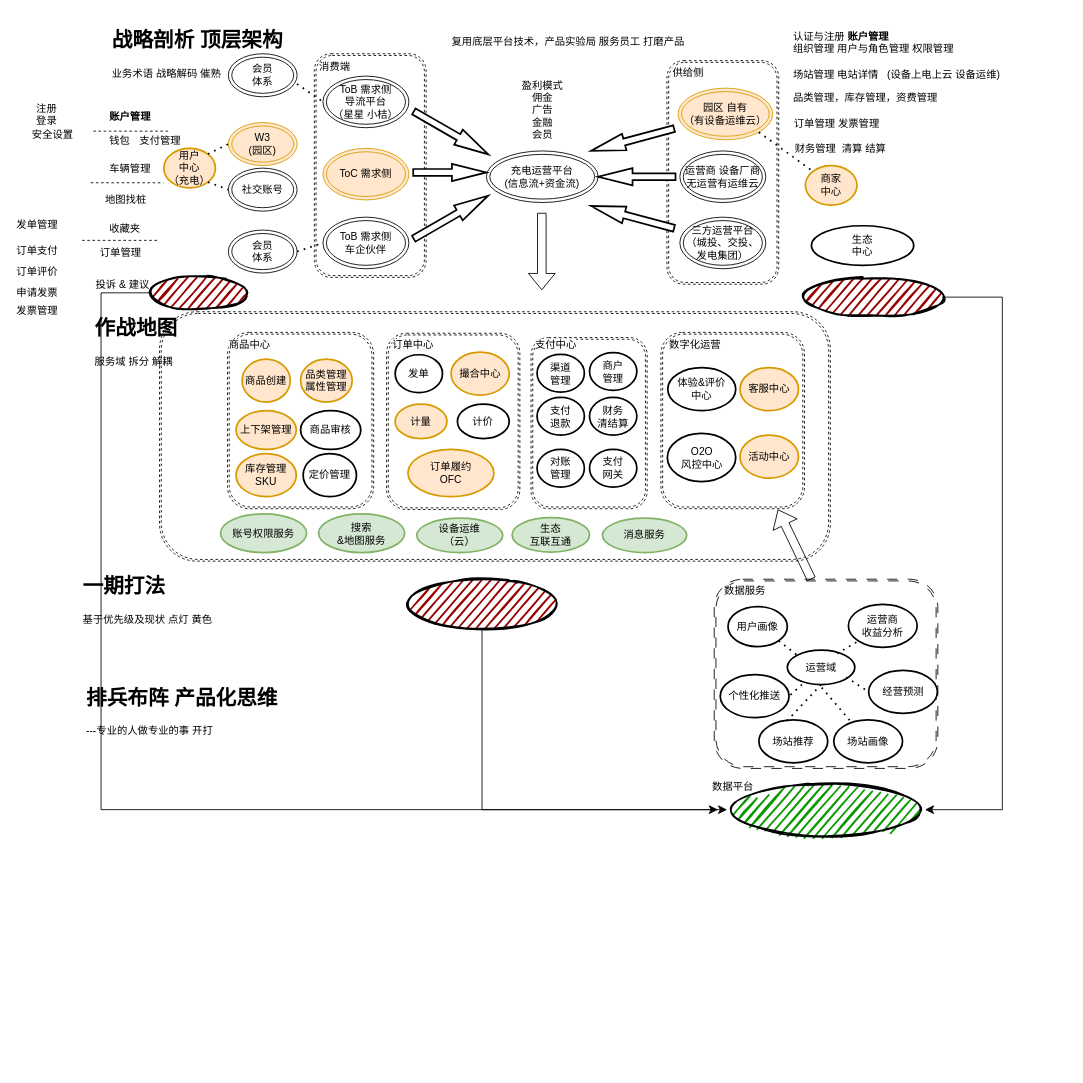
The draw.io diagram page "第 2 页" (1 of 2) of OO.drawio in numenshane/draw.io, before the edit. Source tidied: cells renumbered, new cells numbered last; positions are measured from the earlier drawing's top-left corner, leaving out a move shared by most shapes. Both pictures are drawn from the tidied source at 86%, with x=0, y=0 at pixel (15, 17).
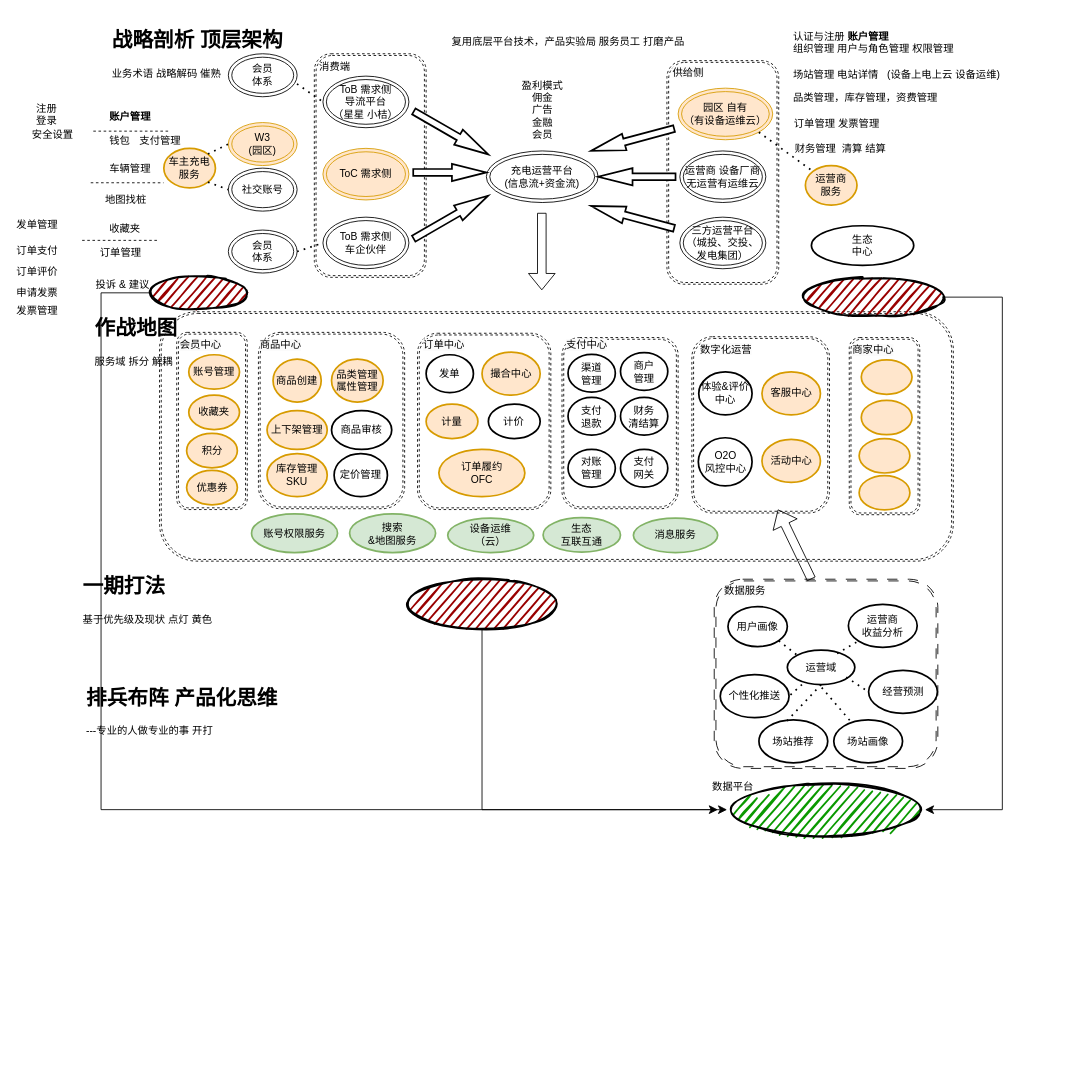
Above is the later version.

What changed in the source:
```diff
@@
     <mxCell id="2" style="shape=ext;double=1;rounded=1;whiteSpace=wrap;html=1;dashed=1;" parent="1" vertex="1">
-      <mxGeometry x="168" y="342" width="780" height="290" as="geometry" />
+      <mxGeometry x="168" y="342" width="923" height="290" as="geometry" />
     </mxCell>
     <mxCell id="3" style="shape=ext;double=1;rounded=1;whiteSpace=wrap;html=1;dashed=1;" parent="1" vertex="1">
-      <mxGeometry x="751" y="366" width="167" height="205" as="geometry" />
+      <mxGeometry x="787" y="371" width="160" height="205" as="geometry" />
     </mxCell>
     <mxCell id="4" style="shape=ext;double=1;rounded=1;whiteSpace=wrap;html=1;dashed=1;" parent="1" vertex="1">
-      <mxGeometry x="247" y="366" width="170" height="205" as="geometry" />
+      <mxGeometry x="283" y="366" width="170" height="205" as="geometry" />
     </mxCell>
@@
     <mxCell id="7" style="shape=ext;double=1;rounded=1;whiteSpace=wrap;html=1;dashed=1;" parent="1" vertex="1">
-      <mxGeometry x="432" y="367" width="155" height="205" as="geometry" />
+      <mxGeometry x="468" y="367" width="155" height="205" as="geometry" />
     </mxCell>
@@
     <mxCell id="25" value="撮合中心" style="strokeWidth=2;html=1;shape=mxgraph.flowchart.start_1;whiteSpace=wrap;fillColor=#ffe6cc;strokeColor=#d79b00;" parent="1" vertex="1">
-      <mxGeometry x="507" y="389" width="67.6" height="50" as="geometry" />
+      <mxGeometry x="543" y="389" width="67.6" height="50" as="geometry" />
     </mxCell>
     <mxCell id="26" value="上下架管理" style="strokeWidth=2;html=1;shape=mxgraph.flowchart.start_1;whiteSpace=wrap;fillColor=#ffe6cc;strokeColor=#d79b00;" parent="1" vertex="1">
-      <mxGeometry x="257" y="457" width="70" height="45" as="geometry" />
+      <mxGeometry x="293" y="457" width="70" height="45" as="geometry" />
     </mxCell>
     <mxCell id="27" value="计量" style="strokeWidth=2;html=1;shape=mxgraph.flowchart.start_1;whiteSpace=wrap;fillColor=#ffe6cc;strokeColor=#d79b00;" parent="1" vertex="1">
-      <mxGeometry x="442" y="449.5" width="60.2" height="40" as="geometry" />
+      <mxGeometry x="478" y="449.5" width="60.2" height="40" as="geometry" />
     </mxCell>
     <mxCell id="28" value="客服中心" style="strokeWidth=2;html=1;shape=mxgraph.flowchart.start_1;whiteSpace=wrap;fillColor=#ffe6cc;strokeColor=#d79b00;" parent="1" vertex="1">
-      <mxGeometry x="843" y="407" width="68" height="50" as="geometry" />
+      <mxGeometry x="868.5" y="412" width="68" height="50" as="geometry" />
     </mxCell>
     <mxCell id="29" value="O2O&lt;br&gt;风控中心" style="strokeWidth=2;html=1;shape=mxgraph.flowchart.start_1;whiteSpace=wrap;" parent="1" vertex="1">
-      <mxGeometry x="758.5" y="483.5" width="79.5" height="56" as="geometry" />
+      <mxGeometry x="794.5" y="488.5" width="62.5" height="56" as="geometry" />
     </mxCell>
@@
     <mxCell id="44" value="&lt;span style=&quot;color: rgb(0, 0, 0); font-family: Helvetica; font-size: 12px; font-style: normal; font-variant-ligatures: normal; font-variant-caps: normal; font-weight: 400; letter-spacing: normal; orphans: 2; text-align: center; text-indent: 0px; text-transform: none; widows: 2; word-spacing: 0px; -webkit-text-stroke-width: 0px; background-color: rgb(251, 251, 251); text-decoration-thickness: initial; text-decoration-style: initial; text-decoration-color: initial; float: none; display: inline !important;&quot;&gt;订单中心&lt;/span&gt;" style="text;whiteSpace=wrap;html=1;" parent="1" vertex="1">
-      <mxGeometry x="437" y="367" width="80" height="40" as="geometry" />
+      <mxGeometry x="473" y="367" width="80" height="40" as="geometry" />
     </mxCell>
@@
     <mxCell id="49" value="订单履约&lt;br&gt;OFC" style="strokeWidth=2;html=1;shape=mxgraph.flowchart.start_1;whiteSpace=wrap;fillColor=#ffe6cc;strokeColor=#d79b00;" parent="1" vertex="1">
-      <mxGeometry x="456.8" y="502" width="100" height="55" as="geometry" />
+      <mxGeometry x="492.8" y="502" width="100" height="55" as="geometry" />
     </mxCell>
@@
     <mxCell id="56" value="搜索&lt;br&gt;&amp;amp;地图服务" style="strokeWidth=2;html=1;shape=mxgraph.flowchart.start_1;whiteSpace=wrap;fillColor=#d5e8d4;strokeColor=#82b366;" parent="1" vertex="1">
-      <mxGeometry x="353" y="577" width="100" height="45" as="geometry" />
+      <mxGeometry x="389" y="577" width="100" height="45" as="geometry" />
     </mxCell>
     <mxCell id="57" value="设备运维&lt;br&gt;（云）" style="strokeWidth=2;html=1;shape=mxgraph.flowchart.start_1;whiteSpace=wrap;fillColor=#d5e8d4;strokeColor=#82b366;" parent="1" vertex="1">
-      <mxGeometry x="467.1" y="582" width="100" height="40" as="geometry" />
+      <mxGeometry x="503.1" y="582" width="100" height="40" as="geometry" />
     </mxCell>
     <mxCell id="58" value="体验&amp;amp;评价&lt;br&gt;中心" style="strokeWidth=2;html=1;shape=mxgraph.flowchart.start_1;whiteSpace=wrap;" parent="1" vertex="1">
-      <mxGeometry x="759" y="407" width="79" height="50" as="geometry" />
+      <mxGeometry x="795" y="412" width="62" height="50" as="geometry" />
     </mxCell>
@@
     <mxCell id="60" value="计价" style="strokeWidth=2;html=1;shape=mxgraph.flowchart.start_1;whiteSpace=wrap;" parent="1" vertex="1">
-      <mxGeometry x="514.4" y="449.5" width="60.2" height="40" as="geometry" />
+      <mxGeometry x="550.4" y="449.5" width="60.2" height="40" as="geometry" />
     </mxCell>
     <mxCell id="61" value="发单" style="strokeWidth=2;html=1;shape=mxgraph.flowchart.start_1;whiteSpace=wrap;" parent="1" vertex="1">
-      <mxGeometry x="442" y="392" width="55" height="44" as="geometry" />
+      <mxGeometry x="478" y="392" width="55" height="44" as="geometry" />
     </mxCell>
     <mxCell id="62" value="&lt;span style=&quot;color: rgb(0, 0, 0); font-family: Helvetica; font-size: 12px; font-style: normal; font-variant-ligatures: normal; font-variant-caps: normal; font-weight: 400; letter-spacing: normal; orphans: 2; text-align: center; text-indent: 0px; text-transform: none; widows: 2; word-spacing: 0px; -webkit-text-stroke-width: 0px; background-color: rgb(251, 251, 251); text-decoration-thickness: initial; text-decoration-style: initial; text-decoration-color: initial; float: none; display: inline !important;&quot;&gt;商品中心&lt;/span&gt;" style="text;whiteSpace=wrap;html=1;" parent="1" vertex="1">
-      <mxGeometry x="247" y="367" width="80" height="40" as="geometry" />
+      <mxGeometry x="283" y="367" width="80" height="40" as="geometry" />
     </mxCell>
     <mxCell id="63" value="品类管理&lt;br&gt;属性管理" style="strokeWidth=2;html=1;shape=mxgraph.flowchart.start_1;whiteSpace=wrap;fillColor=#ffe6cc;strokeColor=#d79b00;" parent="1" vertex="1">
-      <mxGeometry x="332" y="397" width="60" height="50" as="geometry" />
+      <mxGeometry x="368" y="397" width="60" height="50" as="geometry" />
     </mxCell>
     <mxCell id="64" value="库存管理&lt;br&gt;SKU" style="strokeWidth=2;html=1;shape=mxgraph.flowchart.start_1;whiteSpace=wrap;fillColor=#ffe6cc;strokeColor=#d79b00;" parent="1" vertex="1">
-      <mxGeometry x="257" y="507" width="70" height="50" as="geometry" />
+      <mxGeometry x="293" y="507" width="70" height="50" as="geometry" />
     </mxCell>
     <mxCell id="65" value="定价管理" style="strokeWidth=2;html=1;shape=mxgraph.flowchart.start_1;whiteSpace=wrap;" parent="1" vertex="1">
-      <mxGeometry x="335" y="507" width="62" height="50" as="geometry" />
+      <mxGeometry x="371" y="507" width="62" height="50" as="geometry" />
     </mxCell>
     <mxCell id="66" value="商品审核" style="strokeWidth=2;html=1;shape=mxgraph.flowchart.start_1;whiteSpace=wrap;" parent="1" vertex="1">
-      <mxGeometry x="332" y="457" width="70" height="45" as="geometry" />
+      <mxGeometry x="368" y="457" width="70" height="45" as="geometry" />
     </mxCell>
     <mxCell id="67" value="商品创建" style="strokeWidth=2;html=1;shape=mxgraph.flowchart.start_1;whiteSpace=wrap;fillColor=#ffe6cc;strokeColor=#d79b00;" parent="1" vertex="1">
-      <mxGeometry x="264" y="397" width="56" height="50" as="geometry" />
+      <mxGeometry x="300" y="397" width="56" height="50" as="geometry" />
     </mxCell>
-    <mxCell id="68" value="用户&lt;br&gt;中心&lt;br&gt;（充电）" style="strokeWidth=2;html=1;shape=mxgraph.flowchart.start_1;whiteSpace=wrap;fillColor=#ffe6cc;strokeColor=#d79b00;" parent="1" vertex="1">
+    <mxCell id="68" value="车主充电服务" style="strokeWidth=2;html=1;shape=mxgraph.flowchart.start_1;whiteSpace=wrap;fillColor=#ffe6cc;strokeColor=#d79b00;" parent="1" vertex="1">
       <mxGeometry x="173" y="152" width="60" height="46" as="geometry" />
     </mxCell>
-    <mxCell id="69" value="商家&lt;br&gt;中心" style="strokeWidth=2;html=1;shape=mxgraph.flowchart.start_1;whiteSpace=wrap;fillColor=#ffe6cc;strokeColor=#d79b00;" parent="1" vertex="1">
+    <mxCell id="69" value="运营商&lt;br&gt;服务" style="strokeWidth=2;html=1;shape=mxgraph.flowchart.start_1;whiteSpace=wrap;fillColor=#ffe6cc;strokeColor=#d79b00;" parent="1" vertex="1">
       <mxGeometry x="919" y="172" width="60" height="46" as="geometry" />
     </mxCell>
     <mxCell id="70" value="账号权限服务" style="strokeWidth=2;html=1;shape=mxgraph.flowchart.start_1;whiteSpace=wrap;fillColor=#d5e8d4;strokeColor=#82b366;" parent="1" vertex="1">
-      <mxGeometry x="239" y="577" width="100" height="45" as="geometry" />
+      <mxGeometry x="275" y="577" width="100" height="45" as="geometry" />
     </mxCell>
@@
     <mxCell id="78" value="生态&lt;br&gt;互联互通" style="strokeWidth=2;html=1;shape=mxgraph.flowchart.start_1;whiteSpace=wrap;fillColor=#d5e8d4;strokeColor=#82b366;" parent="1" vertex="1">
-      <mxGeometry x="578" y="581.5" width="90" height="40" as="geometry" />
+      <mxGeometry x="614" y="581.5" width="90" height="40" as="geometry" />
     </mxCell>
@@
     <mxCell id="100" value="&lt;span style=&quot;color: rgb(0, 0, 0); font-family: Helvetica; font-style: normal; font-variant-ligatures: normal; font-variant-caps: normal; font-weight: 400; letter-spacing: normal; orphans: 2; text-align: center; text-indent: 0px; text-transform: none; widows: 2; word-spacing: 0px; -webkit-text-stroke-width: 0px; background-color: rgb(251, 251, 251); text-decoration-thickness: initial; text-decoration-style: initial; text-decoration-color: initial; float: none; display: inline !important;&quot;&gt;&lt;font style=&quot;font-size: 12px;&quot;&gt;数字化运营&lt;/font&gt;&lt;/span&gt;" style="text;whiteSpace=wrap;html=1;" parent="1" vertex="1">
-      <mxGeometry x="759" y="367" width="80" height="40" as="geometry" />
+      <mxGeometry x="795" y="372" width="80" height="40" as="geometry" />
     </mxCell>
     <mxCell id="101" value="活动中心" style="strokeWidth=2;html=1;shape=mxgraph.flowchart.start_1;whiteSpace=wrap;fillColor=#ffe6cc;strokeColor=#d79b00;" parent="1" vertex="1">
-      <mxGeometry x="843" y="485.5" width="68" height="50" as="geometry" />
+      <mxGeometry x="868.5" y="490.5" width="68" height="50" as="geometry" />
     </mxCell>
@@
     <mxCell id="103" style="shape=ext;double=1;rounded=1;whiteSpace=wrap;html=1;dashed=1;" parent="1" vertex="1">
-      <mxGeometry x="600" y="372" width="135" height="199" as="geometry" />
+      <mxGeometry x="636" y="372" width="135" height="199" as="geometry" />
     </mxCell>
     <mxCell id="104" value="&lt;span style=&quot;color: rgb(0, 0, 0); font-family: Helvetica; font-size: 12px; font-style: normal; font-variant-ligatures: normal; font-variant-caps: normal; font-weight: 400; letter-spacing: normal; orphans: 2; text-align: center; text-indent: 0px; text-transform: none; widows: 2; word-spacing: 0px; -webkit-text-stroke-width: 0px; background-color: rgb(251, 251, 251); text-decoration-thickness: initial; text-decoration-style: initial; text-decoration-color: initial; float: none; display: inline !important;&quot;&gt;支付中心&lt;/span&gt;" style="text;whiteSpace=wrap;html=1;" parent="1" vertex="1">
-      <mxGeometry x="603" y="367" width="80" height="40" as="geometry" />
+      <mxGeometry x="639" y="367" width="80" height="40" as="geometry" />
     </mxCell>
     <mxCell id="105" value="支付&lt;br&gt;退款" style="strokeWidth=2;html=1;shape=mxgraph.flowchart.start_1;whiteSpace=wrap;" parent="1" vertex="1">
-      <mxGeometry x="607" y="441.5" width="55" height="44" as="geometry" />
+      <mxGeometry x="643" y="441.5" width="55" height="44" as="geometry" />
     </mxCell>
     <mxCell id="106" value="渠道&lt;br&gt;管理" style="strokeWidth=2;html=1;shape=mxgraph.flowchart.start_1;whiteSpace=wrap;" parent="1" vertex="1">
-      <mxGeometry x="607" y="391.5" width="55" height="44" as="geometry" />
+      <mxGeometry x="643" y="391.5" width="55" height="44" as="geometry" />
     </mxCell>
     <mxCell id="107" value="财务&lt;br&gt;清结算" style="strokeWidth=2;html=1;shape=mxgraph.flowchart.start_1;whiteSpace=wrap;" parent="1" vertex="1">
-      <mxGeometry x="668" y="441.5" width="55" height="44" as="geometry" />
+      <mxGeometry x="704" y="441.5" width="55" height="44" as="geometry" />
     </mxCell>
@@
     <mxCell id="111" value="商户&lt;br&gt;管理" style="strokeWidth=2;html=1;shape=mxgraph.flowchart.start_1;whiteSpace=wrap;" parent="1" vertex="1">
-      <mxGeometry x="668" y="389.5" width="55" height="44" as="geometry" />
+      <mxGeometry x="704" y="389.5" width="55" height="44" as="geometry" />
     </mxCell>
     <mxCell id="112" value="对账&lt;br&gt;管理" style="strokeWidth=2;html=1;shape=mxgraph.flowchart.start_1;whiteSpace=wrap;" parent="1" vertex="1">
-      <mxGeometry x="607" y="502" width="55" height="44" as="geometry" />
+      <mxGeometry x="643" y="502" width="55" height="44" as="geometry" />
     </mxCell>
     <mxCell id="113" value="支付&lt;br&gt;网关" style="strokeWidth=2;html=1;shape=mxgraph.flowchart.start_1;whiteSpace=wrap;" parent="1" vertex="1">
-      <mxGeometry x="668" y="502" width="55" height="44" as="geometry" />
+      <mxGeometry x="704" y="502" width="55" height="44" as="geometry" />
     </mxCell>
     <mxCell id="114" value="消息服务" style="strokeWidth=2;html=1;shape=mxgraph.flowchart.start_1;whiteSpace=wrap;fillColor=#d5e8d4;strokeColor=#82b366;" parent="1" vertex="1">
-      <mxGeometry x="683" y="582" width="98" height="40" as="geometry" />
+      <mxGeometry x="719" y="582" width="98" height="40" as="geometry" />
     </mxCell>
@@
+    <mxCell id="123" style="shape=ext;double=1;rounded=1;whiteSpace=wrap;html=1;dashed=1;" parent="1" vertex="1">
+      <mxGeometry x="188" y="366" width="82" height="206" as="geometry" />
+    </mxCell>
+    <mxCell id="124" value="&lt;span style=&quot;color: rgb(0, 0, 0); font-family: Helvetica; font-size: 12px; font-style: normal; font-variant-ligatures: normal; font-variant-caps: normal; font-weight: 400; letter-spacing: normal; orphans: 2; text-align: center; text-indent: 0px; text-transform: none; widows: 2; word-spacing: 0px; -webkit-text-stroke-width: 0px; background-color: rgb(251, 251, 251); text-decoration-thickness: initial; text-decoration-style: initial; text-decoration-color: initial; float: none; display: inline !important;&quot;&gt;会员中心&lt;/span&gt;" style="text;whiteSpace=wrap;html=1;" parent="1" vertex="1">
+      <mxGeometry x="190" y="367" width="80" height="40" as="geometry" />
+    </mxCell>
+    <mxCell id="125" value="账号管理" style="strokeWidth=2;html=1;shape=mxgraph.flowchart.start_1;whiteSpace=wrap;fillColor=#ffe6cc;strokeColor=#d79b00;" parent="1" vertex="1">
+      <mxGeometry x="202" y="392" width="59" height="40" as="geometry" />
+    </mxCell>
+    <mxCell id="126" value="优惠券" style="strokeWidth=2;html=1;shape=mxgraph.flowchart.start_1;whiteSpace=wrap;fillColor=#ffe6cc;strokeColor=#d79b00;" parent="1" vertex="1">
+      <mxGeometry x="199.5" y="526.5" width="59" height="40" as="geometry" />
+    </mxCell>
+    <mxCell id="127" value="积分" style="strokeWidth=2;html=1;shape=mxgraph.flowchart.start_1;whiteSpace=wrap;fillColor=#ffe6cc;strokeColor=#d79b00;" parent="1" vertex="1">
+      <mxGeometry x="199.5" y="483.5" width="59" height="40" as="geometry" />
+    </mxCell>
+    <mxCell id="128" value="收藏夹" style="strokeWidth=2;html=1;shape=mxgraph.flowchart.start_1;whiteSpace=wrap;fillColor=#ffe6cc;strokeColor=#d79b00;" parent="1" vertex="1">
+      <mxGeometry x="202" y="439" width="59" height="40" as="geometry" />
+    </mxCell>
+    <mxCell id="129" style="shape=ext;double=1;rounded=1;whiteSpace=wrap;html=1;dashed=1;" parent="1" vertex="1">
+      <mxGeometry x="970" y="372" width="82" height="206" as="geometry" />
+    </mxCell>
+    <mxCell id="130" value="&lt;span style=&quot;color: rgb(0, 0, 0); font-family: Helvetica; font-size: 12px; font-style: normal; font-variant-ligatures: normal; font-variant-caps: normal; font-weight: 400; letter-spacing: normal; orphans: 2; text-align: center; text-indent: 0px; text-transform: none; widows: 2; word-spacing: 0px; -webkit-text-stroke-width: 0px; background-color: rgb(251, 251, 251); text-decoration-thickness: initial; text-decoration-style: initial; text-decoration-color: initial; float: none; display: inline !important;&quot;&gt;商家中心&lt;/span&gt;" style="text;whiteSpace=wrap;html=1;" parent="1" vertex="1">
+      <mxGeometry x="972" y="373" width="80" height="40" as="geometry" />
+    </mxCell>
+    <mxCell id="131" style="strokeWidth=2;html=1;shape=mxgraph.flowchart.start_1;whiteSpace=wrap;fillColor=#ffe6cc;strokeColor=#d79b00;" parent="1" vertex="1">
+      <mxGeometry x="984" y="398" width="59" height="40" as="geometry" />
+    </mxCell>
+    <mxCell id="132" style="strokeWidth=2;html=1;shape=mxgraph.flowchart.start_1;whiteSpace=wrap;fillColor=#ffe6cc;strokeColor=#d79b00;" parent="1" vertex="1">
+      <mxGeometry x="981.5" y="532.5" width="59" height="40" as="geometry" />
+    </mxCell>
+    <mxCell id="133" style="strokeWidth=2;html=1;shape=mxgraph.flowchart.start_1;whiteSpace=wrap;fillColor=#ffe6cc;strokeColor=#d79b00;" parent="1" vertex="1">
+      <mxGeometry x="981.5" y="489.5" width="59" height="40" as="geometry" />
+    </mxCell>
+    <mxCell id="134" style="strokeWidth=2;html=1;shape=mxgraph.flowchart.start_1;whiteSpace=wrap;fillColor=#ffe6cc;strokeColor=#d79b00;" parent="1" vertex="1">
+      <mxGeometry x="984" y="445" width="59" height="40" as="geometry" />
+    </mxCell>
```
